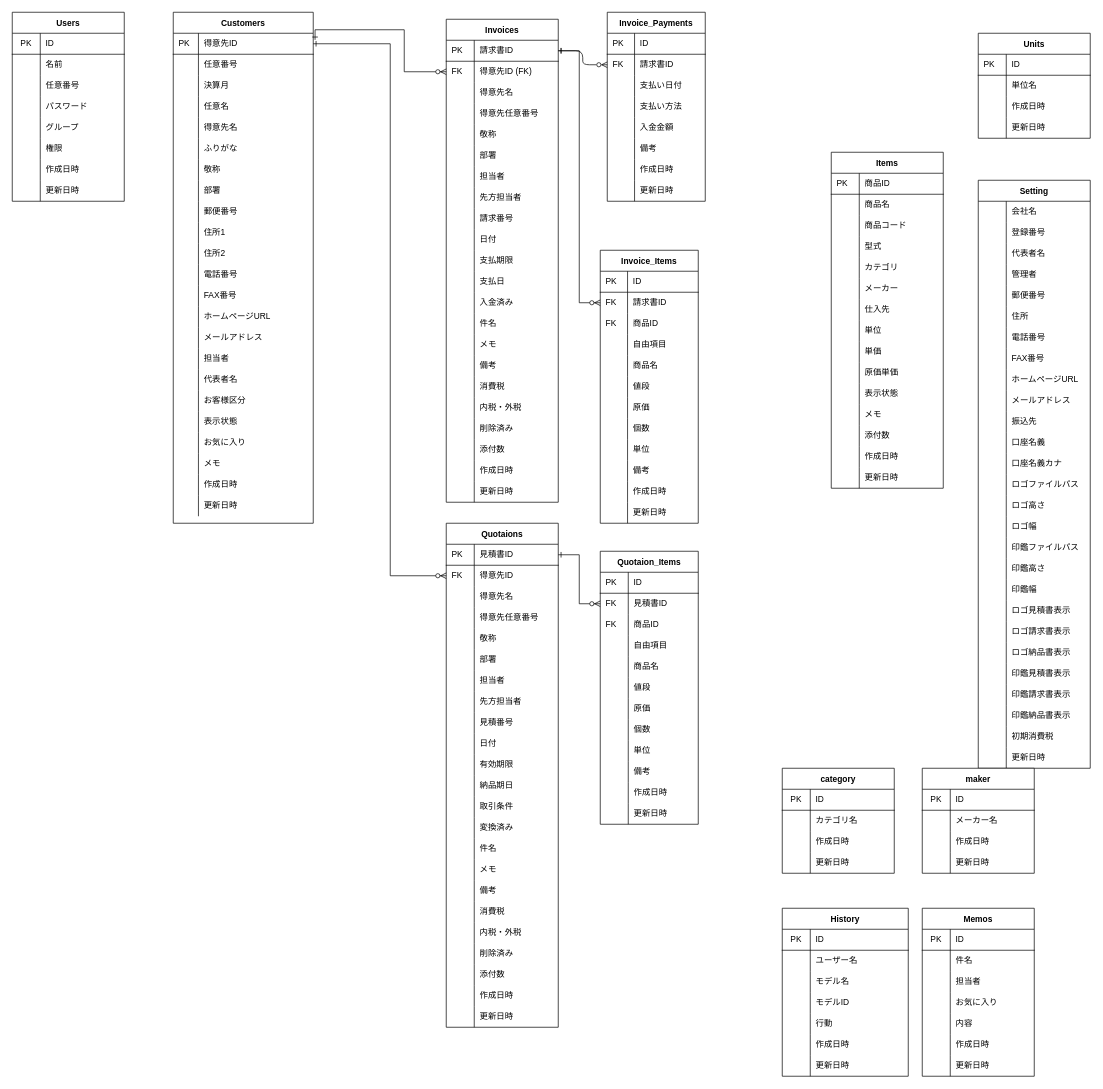
This is soho_er.dio from gamasenninn/caddie-clone, a draw.io file, before an edit. Source tidied: cells renumbered, new cells numbered last; positions are measured from the earlier drawing's top-left corner, leaving out a move shared by most shapes. Both pictures are drawn from the tidied source at 70%, with x=0, y=0 at pixel (12, 12).
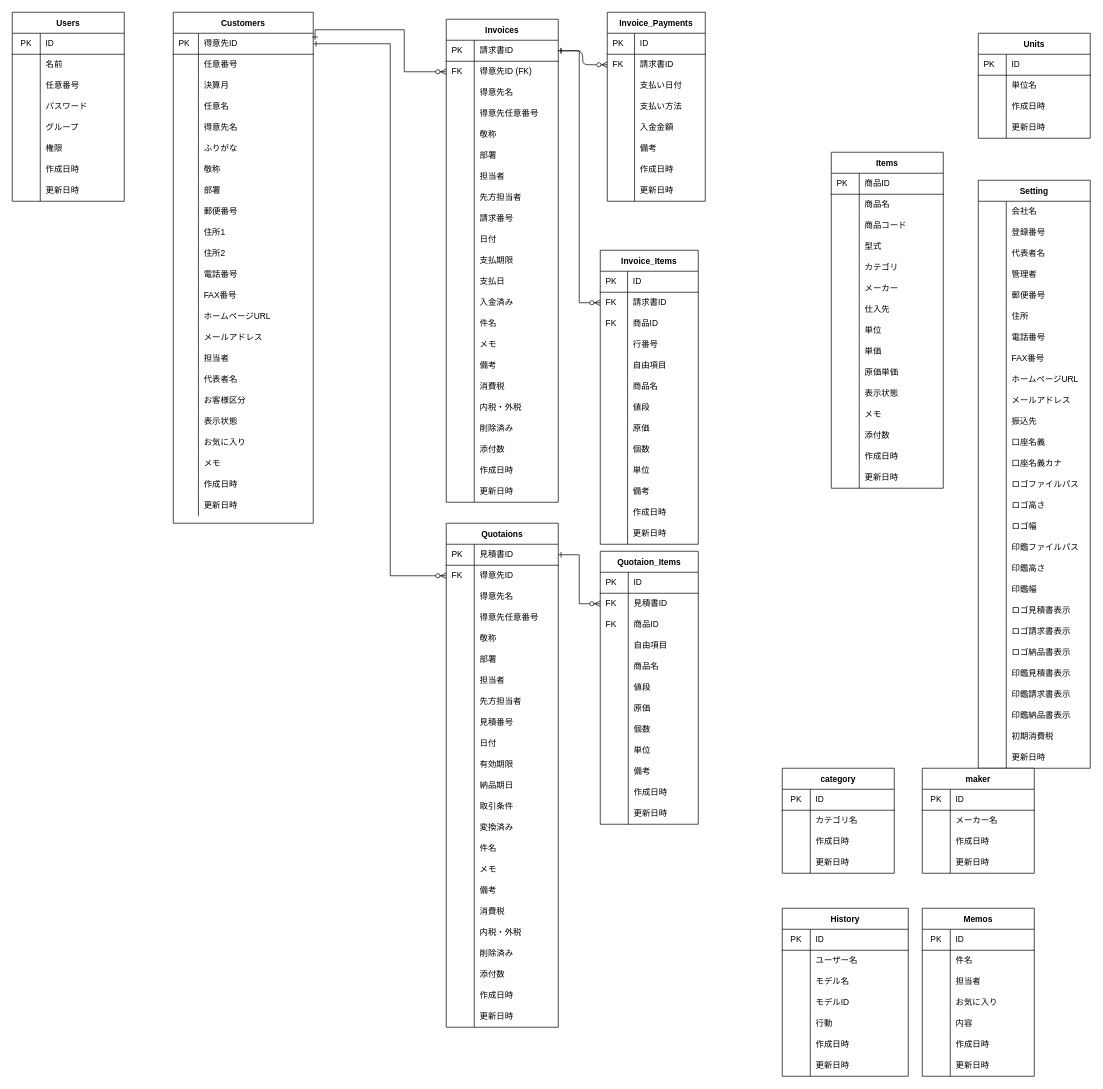
Above is the later version.

The edit, as a diff of the source:
```diff
@@
     <mxCell id="185" value="Invoice_Items" style="shape=table;startSize=30;childLayout=tableLayout;rowLines=0;fontStyle=1;align=center;" parent="1" vertex="1">
-      <mxGeometry x="840" y="340" width="140" height="390" as="geometry" />
+      <mxGeometry x="840" y="340" width="140" height="420" as="geometry" />
     </mxCell>
@@
+    <mxCell id="549" style="shape=partialRectangle;html=1;whiteSpace=wrap;fillColor=none;top=0;left=0;bottom=0;right=0;" parent="185" vertex="1">
+      <mxGeometry y="120" width="140" height="30" as="geometry" />
+    </mxCell>
+    <mxCell id="550" style="shape=partialRectangle;html=1;whiteSpace=wrap;fillColor=none;top=0;left=0;bottom=0;right=0;align=left;spacingLeft=6;overflow=hidden;" parent="549" vertex="1">
+      <mxGeometry width="39" height="30" as="geometry" />
+    </mxCell>
+    <mxCell id="551" value="行番号" style="shape=partialRectangle;html=1;whiteSpace=wrap;fillColor=none;top=0;left=0;bottom=0;right=0;align=left;spacingLeft=6;overflow=hidden;" parent="549" vertex="1">
+      <mxGeometry x="39" width="101" height="30" as="geometry" />
+    </mxCell>
     <mxCell id="195" style="shape=partialRectangle;html=1;whiteSpace=wrap;fillColor=none;top=0;left=0;bottom=0;right=0;" parent="185" vertex="1">
-      <mxGeometry y="120" width="140" height="30" as="geometry" />
+      <mxGeometry y="150" width="140" height="30" as="geometry" />
     </mxCell>
@@
     <mxCell id="198" style="shape=partialRectangle;html=1;whiteSpace=wrap;fillColor=none;top=0;left=0;bottom=0;right=0;" parent="185" vertex="1">
-      <mxGeometry y="150" width="140" height="30" as="geometry" />
+      <mxGeometry y="180" width="140" height="30" as="geometry" />
     </mxCell>
@@
     <mxCell id="201" style="shape=partialRectangle;html=1;whiteSpace=wrap;fillColor=none;top=0;left=0;bottom=0;right=0;" parent="185" vertex="1">
-      <mxGeometry y="180" width="140" height="30" as="geometry" />
+      <mxGeometry y="210" width="140" height="30" as="geometry" />
     </mxCell>
@@
     <mxCell id="204" style="shape=partialRectangle;html=1;whiteSpace=wrap;fillColor=none;top=0;left=0;bottom=0;right=0;" parent="185" vertex="1">
-      <mxGeometry y="210" width="140" height="30" as="geometry" />
+      <mxGeometry y="240" width="140" height="30" as="geometry" />
     </mxCell>
@@
     <mxCell id="207" style="shape=partialRectangle;html=1;whiteSpace=wrap;fillColor=none;top=0;left=0;bottom=0;right=0;" parent="185" vertex="1">
-      <mxGeometry y="240" width="140" height="30" as="geometry" />
+      <mxGeometry y="270" width="140" height="30" as="geometry" />
     </mxCell>
@@
     <mxCell id="210" style="shape=partialRectangle;html=1;whiteSpace=wrap;fillColor=none;top=0;left=0;bottom=0;right=0;" parent="185" vertex="1">
-      <mxGeometry y="270" width="140" height="30" as="geometry" />
+      <mxGeometry y="300" width="140" height="30" as="geometry" />
     </mxCell>
@@
     <mxCell id="213" style="shape=partialRectangle;html=1;whiteSpace=wrap;fillColor=none;top=0;left=0;bottom=0;right=0;" parent="185" vertex="1">
-      <mxGeometry y="300" width="140" height="30" as="geometry" />
+      <mxGeometry y="330" width="140" height="30" as="geometry" />
     </mxCell>
@@
     <mxCell id="216" style="shape=partialRectangle;html=1;whiteSpace=wrap;fillColor=none;top=0;left=0;bottom=0;right=0;" parent="185" vertex="1">
-      <mxGeometry y="330" width="140" height="30" as="geometry" />
+      <mxGeometry y="360" width="140" height="30" as="geometry" />
     </mxCell>
@@
     <mxCell id="219" style="shape=partialRectangle;html=1;whiteSpace=wrap;fillColor=none;top=0;left=0;bottom=0;right=0;" parent="185" vertex="1">
-      <mxGeometry y="360" width="140" height="30" as="geometry" />
+      <mxGeometry y="390" width="140" height="30" as="geometry" />
     </mxCell>
```
